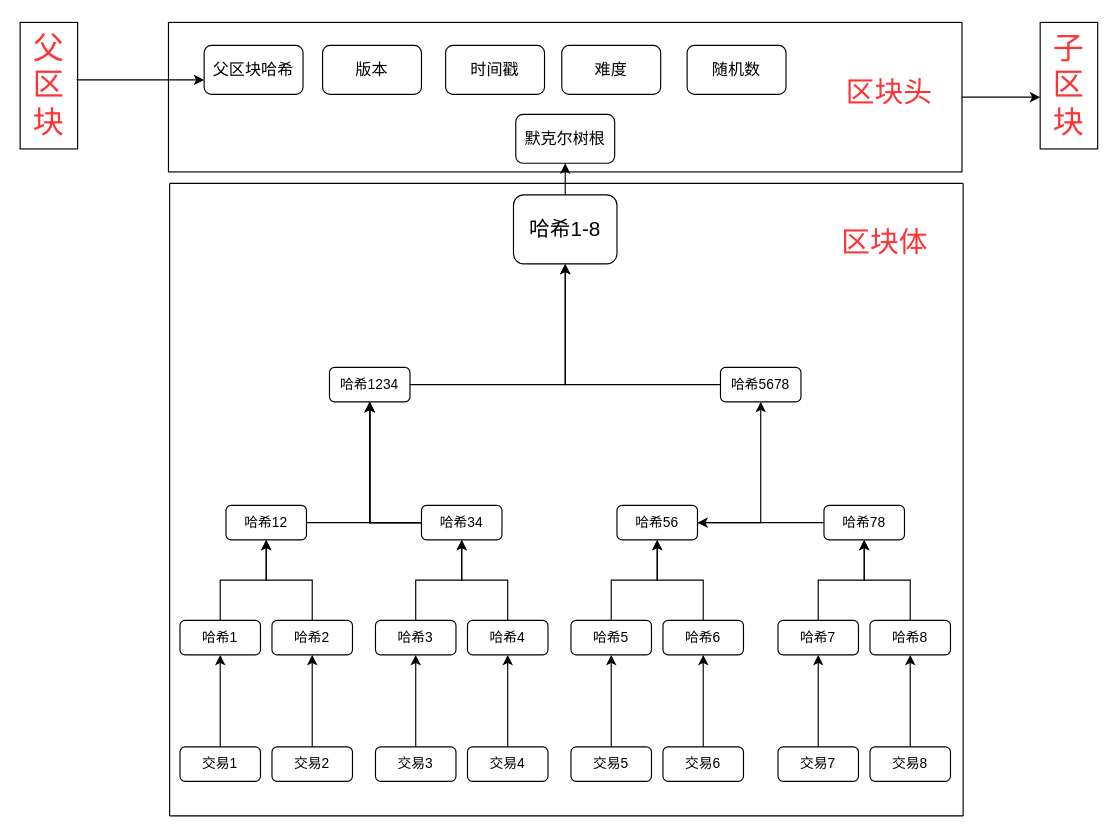
This is qukuai.drawio from s1874217870/starup, a draw.io file, before an edit. Source tidied: cells renumbered, new cells numbered last; positions are measured from the earlier drawing's top-left corner, leaving out a move shared by most shapes. Both pictures are drawn from the tidied source at 115%, with x=0, y=0 at pixel (20, 22).
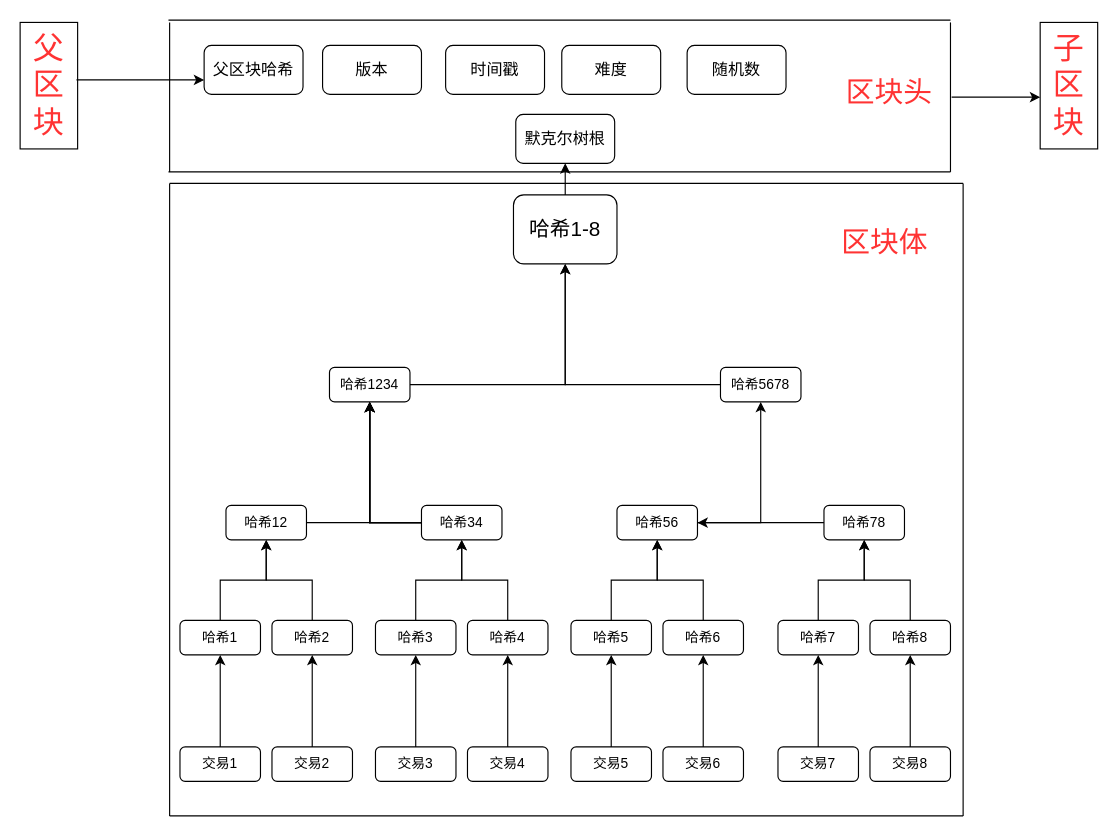
After the change.

Unchanged cells that the change refers to:
```xml
<mxCell id="58" value="&lt;font style=&quot;font-size: 27px&quot; color=&quot;#ff3333&quot;&gt;子区块&lt;/font&gt;" style="rounded=0;whiteSpace=wrap;html=1;labelBackgroundColor=none;fontColor=none;" parent="1" vertex="1">
  <mxGeometry x="887" width="50" height="110" as="geometry" />
</mxCell>
```

Change to the diagram source:
```diff
@@
-    <mxCell id="55" style="edgeStyle=orthogonalEdgeStyle;rounded=0;jettySize=auto;html=1;fontColor=none;" parent="1" edge="1" source="56" target="58">
+    <mxCell id="55" style="edgeStyle=orthogonalEdgeStyle;rounded=0;jettySize=auto;html=1;fontColor=none;" parent="1" edge="1" target="58">
       <mxGeometry relative="1" as="geometry">
+        <mxPoint x="810" y="65" as="sourcePoint" />
         <Array as="points">
           <mxPoint x="870" y="65" />
           <mxPoint x="870" y="65" />
         </Array>
       </mxGeometry>
     </mxCell>
-    <mxCell id="56" style="rounded=0;labelBackgroundColor=none;fontColor=none;" parent="1" vertex="1">
-      <mxGeometry x="129" width="690" height="130" as="geometry" />
-    </mxCell>
@@
+    <mxCell id="68" style="endArrow=none;html=1;fontColor=none;" parent="1" edge="1">
+      <mxGeometry relative="1" as="geometry">
+        <mxPoint x="130" y="130" as="sourcePoint" />
+        <mxPoint x="130" as="targetPoint" />
+      </mxGeometry>
+    </mxCell>
+    <mxCell id="69" style="endArrow=none;html=1;fontColor=none;" parent="1" edge="1">
+      <mxGeometry relative="1" as="geometry">
+        <mxPoint x="129" y="130" as="sourcePoint" />
+        <mxPoint x="809" y="130" as="targetPoint" />
+      </mxGeometry>
+    </mxCell>
+    <mxCell id="70" style="endArrow=none;html=1;fontColor=none;" parent="1" edge="1">
+      <mxGeometry relative="1" as="geometry">
+        <mxPoint x="129" y="-2" as="sourcePoint" />
+        <mxPoint x="809" y="-2" as="targetPoint" />
+      </mxGeometry>
+    </mxCell>
+    <mxCell id="71" style="endArrow=none;html=1;fontColor=none;" parent="1" edge="1">
+      <mxGeometry relative="1" as="geometry">
+        <mxPoint x="809" y="130" as="sourcePoint" />
+        <mxPoint x="809" as="targetPoint" />
+      </mxGeometry>
+    </mxCell>
```
